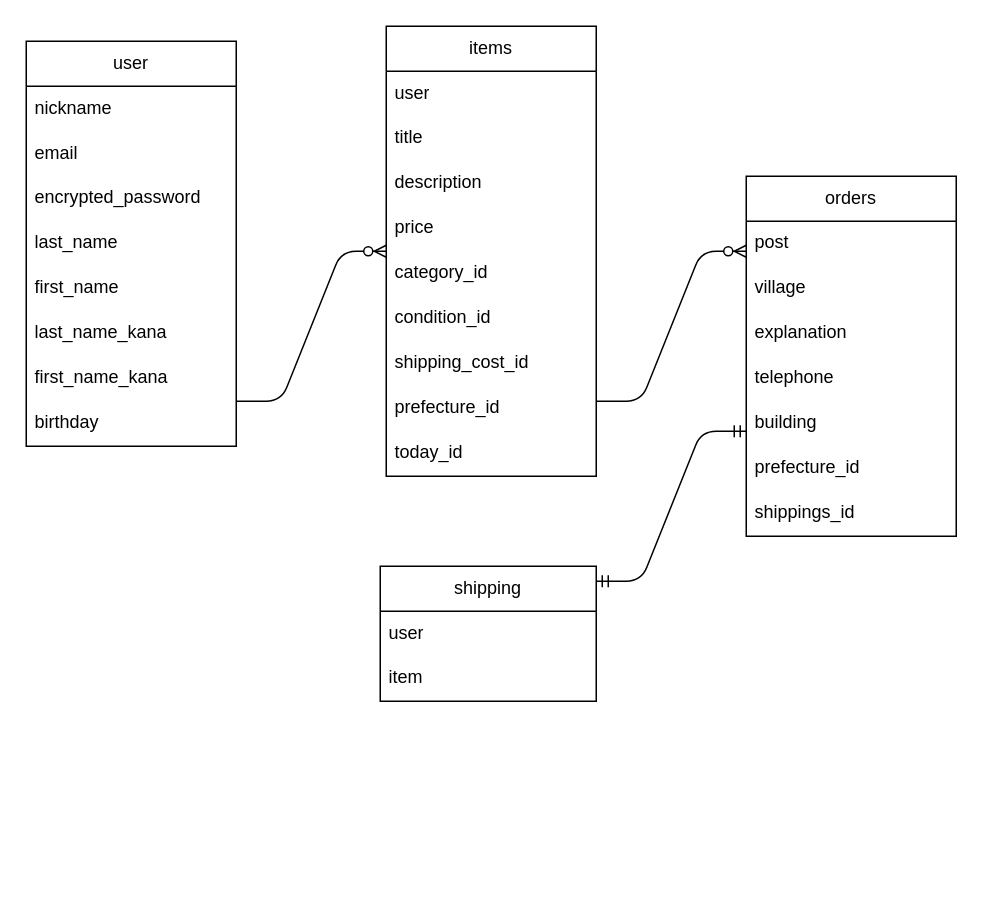
Above: furima.dio in 20230824/furima-39867 (draw.io), before the change. Source tidied: cells renumbered, new cells numbered last; positions are measured from the earlier drawing's top-left corner, leaving out a move shared by most shapes. Both pictures are drawn from the tidied source at 150%, with x=0, y=0 at pixel (26, 26).
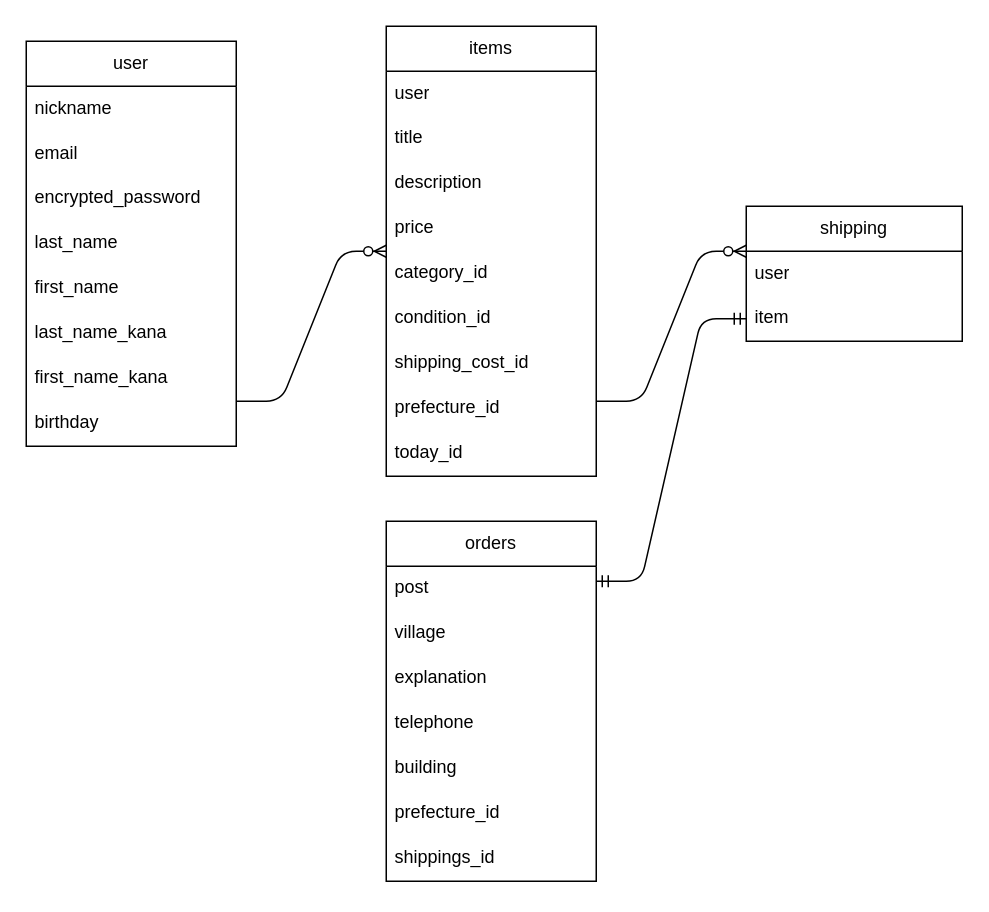
The same page after the edit.

Commit message:
データベース設計、修正

The change refers to these unchanged cells:
```xml
<mxCell id="13" value="item" style="text;strokeColor=none;fillColor=none;spacingLeft=4;spacingRight=4;overflow=hidden;points=[[0,0.5],[1,0.5]];portConstraint=eastwest;fontSize=12;" parent="11" vertex="1">
  <mxGeometry y="60" width="144" height="30" as="geometry" />
</mxCell>
```

The edit, as a diff of the source:
```diff
@@
     <mxCell id="11" value="shipping" style="swimlane;fontStyle=0;horizontal=1;startSize=30;whiteSpace=wrap;html=1;" parent="1" vertex="1">
-      <mxGeometry x="236" y="360" width="144" height="90" as="geometry" />
+      <mxGeometry x="480" y="120" width="144" height="90" as="geometry" />
     </mxCell>
@@
     <mxCell id="24" value="orders" style="swimlane;fontStyle=0;horizontal=1;startSize=30;whiteSpace=wrap;html=1;" parent="1" vertex="1">
-      <mxGeometry x="480" y="100" width="140" height="240" as="geometry" />
+      <mxGeometry x="240" y="330" width="140" height="240" as="geometry" />
     </mxCell>
@@
-    <mxCell id="34" style="edgeStyle=entityRelationEdgeStyle;fontSize=12;html=1;endArrow=ERmandOne;startArrow=ERmandOne;" parent="1" edge="1">
+    <mxCell id="34" style="edgeStyle=entityRelationEdgeStyle;fontSize=12;html=1;endArrow=ERmandOne;startArrow=ERmandOne;entryX=0;entryY=0.5;entryDx=0;entryDy=0;" parent="1" edge="1" target="13">
       <mxGeometry relative="1" as="geometry">
         <mxPoint x="380" y="370" as="sourcePoint" />
-        <mxPoint x="480" y="270" as="targetPoint" />
       </mxGeometry>
     </mxCell>
```
